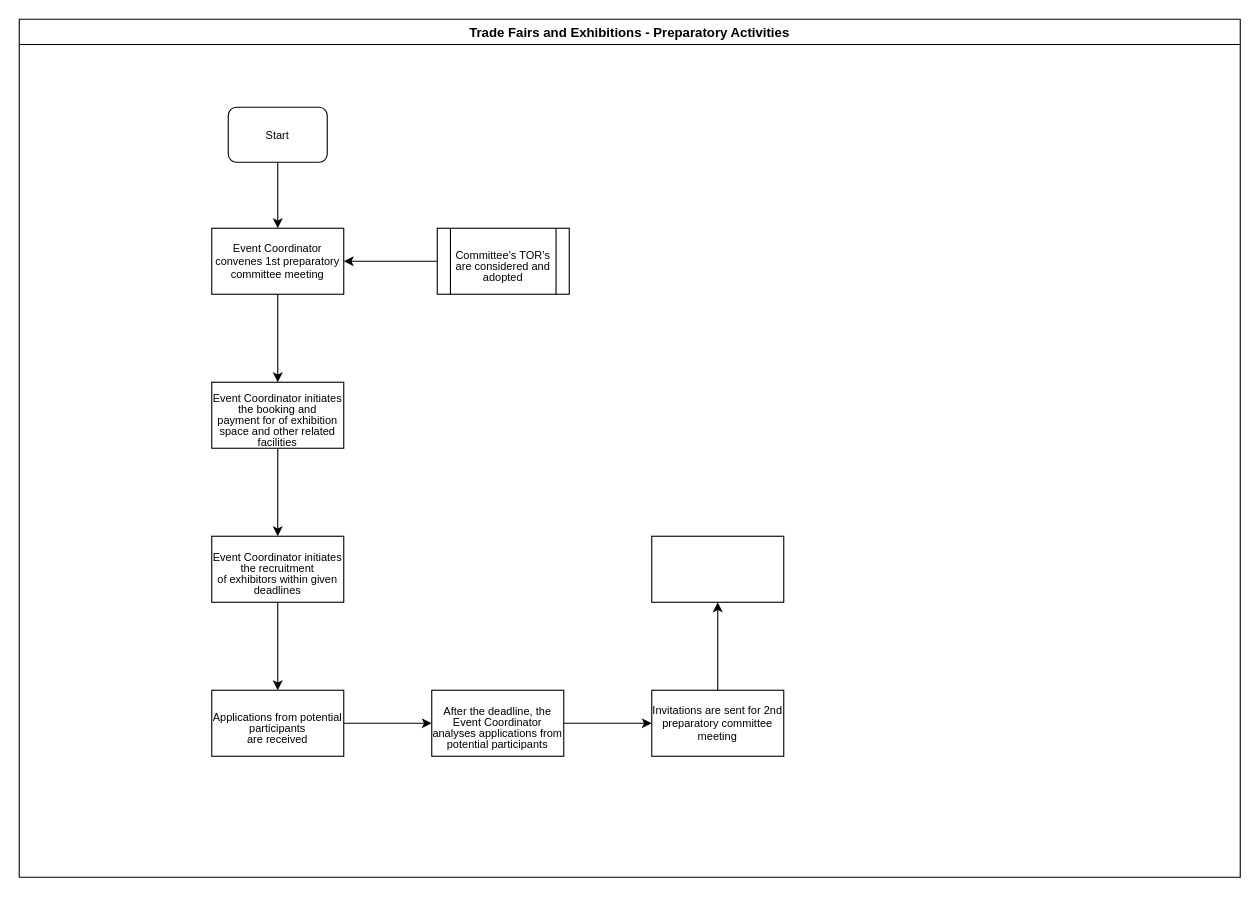
kmagua/flowcharts keeps this draw.io diagram as Trade Fair and Exhibitions - Preparatory Activities.drawio. Above is the earlier version. Source tidied: cells renumbered, new cells numbered last; positions are measured from the earlier drawing's top-left corner, leaving out a move shared by most shapes. Both pictures are drawn from the tidied source at 110%, with x=0, y=0 at pixel (19, 19).
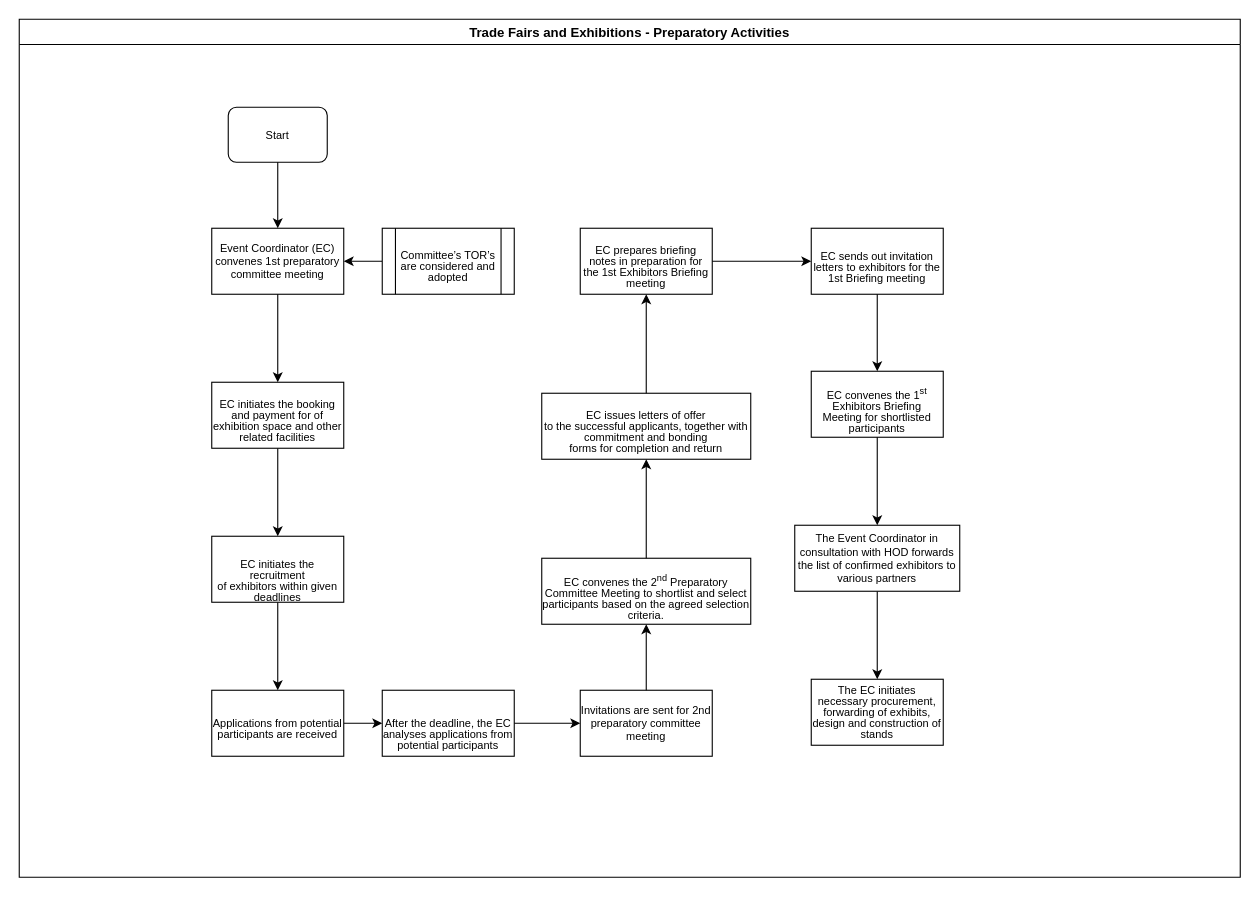
The same page after the edit.

The change refers to these unchanged cells:
```xml
<mxCell id="2" value="Trade Fairs and Exhibitions - Preparatory Activities" style="swimlane;" parent="1" vertex="1">
  <mxGeometry width="1110" height="780" as="geometry" />
</mxCell>
```

Change to the diagram source:
```diff
@@
-    <mxCell id="4" value="Event Coordinator convenes 1st preparatory committee meeting" style="rounded=0;whiteSpace=wrap;html=1;fontSize=10;" parent="2" vertex="1">
+    <mxCell id="4" value="Event Coordinator (EC) convenes 1st preparatory committee meeting" style="rounded=0;whiteSpace=wrap;html=1;fontSize=10;" parent="2" vertex="1">
       <mxGeometry x="175" y="190" width="120" height="60" as="geometry" />
     </mxCell>
@@
     <mxCell id="7" value="&lt;p style=&quot;margin-bottom: 0in ; line-height: 100%&quot;&gt;&lt;br/&gt;&lt;font face=&quot;Arial, serif&quot;&gt;Committee’s TOR’s are considered and&lt;br/&gt;adopted&lt;/font&gt;&lt;/p&gt;&lt;br/&gt;" style="shape=process;whiteSpace=wrap;html=1;backgroundOutline=1;fontSize=10;" parent="2" vertex="1">
-      <mxGeometry x="380" y="190" width="120" height="60" as="geometry" />
+      <mxGeometry x="330" y="190" width="120" height="60" as="geometry" />
     </mxCell>
+    <mxCell id="16" value="&lt;p style=&quot;margin-bottom: 0in ; line-height: 100%&quot;&gt;&lt;br&gt;&lt;font face=&quot;Arial, serif&quot;&gt;After the deadline, the EC&lt;br&gt;analyses applications from potential participants&lt;/font&gt;&lt;/p&gt;" style="whiteSpace=wrap;html=1;rounded=0;fontSize=10;" parent="2" vertex="1">
+      <mxGeometry x="330" y="610" width="120" height="60" as="geometry" />
+    </mxCell>
+    <mxCell id="18" value="Invitations are sent for 2nd preparatory committee meeting" style="whiteSpace=wrap;html=1;rounded=0;fontSize=10;" parent="2" vertex="1">
+      <mxGeometry x="510" y="610" width="120" height="60" as="geometry" />
+    </mxCell>
+    <mxCell id="15" style="edgeStyle=orthogonalEdgeStyle;rounded=0;jettySize=auto;html=1;fontSize=10;" parent="2" edge="1" source="16" target="18">
+      <mxGeometry relative="1" as="geometry" />
+    </mxCell>
+    <mxCell id="19" value="&lt;p style=&quot;margin-bottom: 0in ; line-height: 100%&quot;&gt;&lt;font face=&quot;Arial, serif&quot;&gt;EC convenes the &lt;/font&gt;&lt;font face=&quot;Arial, serif&quot;&gt;2&lt;/font&gt;&lt;sup&gt;&lt;font face=&quot;Arial, serif&quot;&gt;nd&lt;/font&gt;&lt;/sup&gt;&lt;font face=&quot;Arial, serif&quot;&gt; Preparatory Committee Meeting&lt;/font&gt;&lt;font face=&quot;Arial, serif&quot;&gt; to shortlist and select participants based on the agreed selection criteria.&lt;/font&gt;&lt;/p&gt;" style="whiteSpace=wrap;html=1;rounded=0;fontSize=10;" parent="2" vertex="1">
+      <mxGeometry x="475" y="490" width="190" height="60" as="geometry" />
+    </mxCell>
+    <mxCell id="17" style="edgeStyle=orthogonalEdgeStyle;rounded=0;jettySize=auto;html=1;fontSize=10;" parent="2" edge="1" source="18" target="19">
+      <mxGeometry relative="1" as="geometry" />
+    </mxCell>
+    <mxCell id="20" value="&lt;p style=&quot;margin-bottom: 0in ; line-height: 100%&quot;&gt;&lt;font face=&quot;Arial, serif&quot;&gt;EC prepares briefing notes in preparation for the 1st Exhibitors Briefing meeting&lt;/font&gt;&lt;/p&gt;" style="whiteSpace=wrap;html=1;rounded=0;fontSize=10;" parent="2" vertex="1">
+      <mxGeometry x="510" y="190" width="120" height="60" as="geometry" />
+    </mxCell>
+    <mxCell id="21" value="&lt;p style=&quot;margin-bottom: 0in ; line-height: 100%&quot;&gt;&lt;font face=&quot;Arial, serif&quot;&gt;EC issues letters of offer&lt;br&gt;to the successful applicants, together with commitment and bonding&lt;br&gt;forms for completion and return&lt;/font&gt;&lt;/p&gt;" style="whiteSpace=wrap;html=1;rounded=0;fontSize=10;" parent="2" vertex="1">
+      <mxGeometry x="475" y="340" width="190" height="60" as="geometry" />
+    </mxCell>
+    <mxCell id="22" style="edgeStyle=orthogonalEdgeStyle;rounded=0;jettySize=auto;html=1;fontSize=10;" parent="2" edge="1" source="19" target="21">
+      <mxGeometry relative="1" as="geometry" />
+    </mxCell>
+    <mxCell id="23" style="edgeStyle=orthogonalEdgeStyle;rounded=0;jettySize=auto;html=1;fontSize=10;" parent="2" edge="1" source="21" target="20">
+      <mxGeometry relative="1" as="geometry" />
+    </mxCell>
+    <mxCell id="24" value="&lt;p style=&quot;margin-bottom: 0in ; line-height: 100%&quot;&gt;&lt;font face=&quot;Arial, serif&quot;&gt;EC sends out invitation letters to exhibitors for the 1st Briefing meeting&lt;/font&gt;&lt;/p&gt;" style="whiteSpace=wrap;html=1;rounded=0;fontSize=10;" parent="2" vertex="1">
+      <mxGeometry x="720" y="190" width="120" height="60" as="geometry" />
+    </mxCell>
+    <mxCell id="25" style="edgeStyle=orthogonalEdgeStyle;rounded=0;jettySize=auto;html=1;fontSize=10;" parent="2" edge="1" source="20" target="24">
+      <mxGeometry relative="1" as="geometry" />
+    </mxCell>
+    <mxCell id="26" value="&lt;p style=&quot;margin-bottom: 0in ; line-height: 100%&quot;&gt;&lt;font face=&quot;Arial, serif&quot;&gt;EC convenes the &lt;/font&gt;&lt;font face=&quot;Arial, serif&quot;&gt;1&lt;/font&gt;&lt;sup&gt;&lt;font face=&quot;Arial, serif&quot;&gt;st&lt;/font&gt;&lt;/sup&gt;&lt;font face=&quot;Arial, serif&quot;&gt; Exhibitors Briefing Meeting&lt;/font&gt;&lt;font face=&quot;Arial, serif&quot;&gt; for shortlisted participants&lt;/font&gt;&lt;/p&gt;" style="whiteSpace=wrap;html=1;rounded=0;fontSize=10;" parent="2" vertex="1">
+      <mxGeometry x="720" y="320" width="120" height="60" as="geometry" />
+    </mxCell>
+    <mxCell id="27" style="edgeStyle=orthogonalEdgeStyle;rounded=0;jettySize=auto;html=1;fontSize=10;" parent="2" edge="1" source="24" target="26">
+      <mxGeometry relative="1" as="geometry" />
+    </mxCell>
+    <mxCell id="28" value="&lt;p style=&quot;margin-bottom: 0.19in ; line-height: 100% ; font-size: 10px&quot; lang=&quot;en-US&quot;&gt;&lt;br style=&quot;font-size: 10px&quot;&gt;&lt;font style=&quot;font-size: 10px&quot; face=&quot;Times New Roman, serif&quot;&gt;&lt;font style=&quot;font-size: 10px&quot;&gt;&lt;font style=&quot;font-size: 10px&quot; face=&quot;Arial, serif&quot;&gt;&lt;font style=&quot;font-size: 10px&quot;&gt;The EC initiates necessary procurement, forwarding of exhibits, design and construction of stands&lt;/font&gt;&lt;/font&gt;&lt;/font&gt;&lt;/font&gt;&lt;br style=&quot;font-size: 10px&quot;&gt;&lt;/p&gt;" style="whiteSpace=wrap;html=1;rounded=0;fontSize=10;" parent="2" vertex="1">
+      <mxGeometry x="720" y="600" width="120" height="60" as="geometry" />
+    </mxCell>
@@
-    <mxCell id="9" value="&lt;p style=&quot;margin-bottom: 0in ; line-height: 100%&quot;&gt;&lt;br/&gt;&lt;font face=&quot;Arial, serif&quot;&gt;Event Coordinator initiates the booking and&lt;br/&gt;payment for  of exhibition space and other related facilities&lt;/font&gt;&lt;/p&gt;&lt;br/&gt;" style="whiteSpace=wrap;html=1;rounded=0;fontSize=10;" parent="1" vertex="1">
+    <mxCell id="9" value="&lt;p style=&quot;margin-bottom: 0in ; line-height: 100%&quot;&gt;&lt;font face=&quot;Arial, serif&quot;&gt;EC initiates the booking and payment for  of exhibition space and other related facilities&lt;/font&gt;&lt;/p&gt;" style="whiteSpace=wrap;html=1;rounded=0;fontSize=10;" parent="1" vertex="1">
       <mxGeometry x="175" y="330" width="120" height="60" as="geometry" />
     </mxCell>
@@
-    <mxCell id="12" value="&lt;p style=&quot;margin-bottom: 0in ; line-height: 100%&quot;&gt;&lt;br/&gt;&lt;font face=&quot;Arial, serif&quot;&gt;Event Coordinator initiates the recruitment&lt;br/&gt;of exhibitors within given deadlines&lt;/font&gt;&lt;/p&gt;&lt;br/&gt;" style="whiteSpace=wrap;html=1;rounded=0;fontSize=10;" parent="1" vertex="1">
+    <mxCell id="12" value="&lt;p style=&quot;margin-bottom: 0in ; line-height: 100%&quot;&gt;&lt;br&gt;&lt;font face=&quot;Arial, serif&quot;&gt;EC initiates the recruitment&lt;br&gt;of exhibitors within given deadlines&lt;/font&gt;&lt;/p&gt;" style="whiteSpace=wrap;html=1;rounded=0;fontSize=10;" parent="1" vertex="1">
       <mxGeometry x="175" y="470" width="120" height="60" as="geometry" />
     </mxCell>
@@
-    <mxCell id="14" value="&lt;p style=&quot;margin-bottom: 0in ; line-height: 100%&quot;&gt;&lt;br/&gt;&lt;font face=&quot;Arial, serif&quot;&gt;Applications from potential participants&lt;br/&gt;are received&lt;/font&gt;&lt;/p&gt;&lt;br/&gt;" style="whiteSpace=wrap;html=1;rounded=0;fontSize=10;" parent="1" vertex="1">
+    <mxCell id="14" value="&lt;p style=&quot;margin-bottom: 0in ; line-height: 100%&quot;&gt;&lt;font face=&quot;Arial, serif&quot;&gt;Applications from potential participants are received&lt;/font&gt;&lt;/p&gt;" style="whiteSpace=wrap;html=1;rounded=0;fontSize=10;" parent="1" vertex="1">
       <mxGeometry x="175" y="610" width="120" height="60" as="geometry" />
     </mxCell>
-    <mxCell id="15" style="edgeStyle=orthogonalEdgeStyle;rounded=0;jettySize=auto;html=1;fontSize=10;" parent="1" edge="1" source="16" target="18">
-      <mxGeometry relative="1" as="geometry" />
-    </mxCell>
-    <mxCell id="16" value="&lt;p style=&quot;margin-bottom: 0in ; line-height: 100%&quot;&gt;&lt;br/&gt;&lt;font face=&quot;Arial, serif&quot;&gt;After the deadline, the Event Coordinator&lt;br/&gt;analyses applications from potential participants&lt;/font&gt;&lt;/p&gt;&lt;br/&gt;" style="whiteSpace=wrap;html=1;rounded=0;fontSize=10;" parent="1" vertex="1">
-      <mxGeometry x="375" y="610" width="120" height="60" as="geometry" />
-    </mxCell>
-    <mxCell id="17" style="edgeStyle=orthogonalEdgeStyle;rounded=0;jettySize=auto;html=1;fontSize=10;" parent="1" edge="1" source="18" target="19">
-      <mxGeometry relative="1" as="geometry" />
-    </mxCell>
-    <mxCell id="18" value="Invitations are sent for 2nd preparatory committee meeting" style="whiteSpace=wrap;html=1;rounded=0;fontSize=10;" parent="1" vertex="1">
-      <mxGeometry x="575" y="610" width="120" height="60" as="geometry" />
-    </mxCell>
-    <mxCell id="19" style="whiteSpace=wrap;html=1;rounded=0;fontSize=10;" parent="1" vertex="1">
-      <mxGeometry x="575" y="470" width="120" height="60" as="geometry" />
-    </mxCell>
+    <mxCell id="29" style="edgeStyle=orthogonalEdgeStyle;rounded=0;jettySize=auto;html=1;fontSize=10;" parent="1" edge="1" source="26" target="31">
+      <mxGeometry relative="1" as="geometry" />
+    </mxCell>
+    <mxCell id="30" style="edgeStyle=orthogonalEdgeStyle;rounded=0;jettySize=auto;html=1;fontSize=10;" parent="1" edge="1" source="31" target="28">
+      <mxGeometry relative="1" as="geometry" />
+    </mxCell>
+    <mxCell id="31" value="The Event Coordinator in consultation with HOD forwards the list of confirmed exhibitors to various partners" style="whiteSpace=wrap;html=1;rounded=0;fontSize=10;" parent="1" vertex="1">
+      <mxGeometry x="705" y="460" width="150" height="60" as="geometry" />
+    </mxCell>
```
